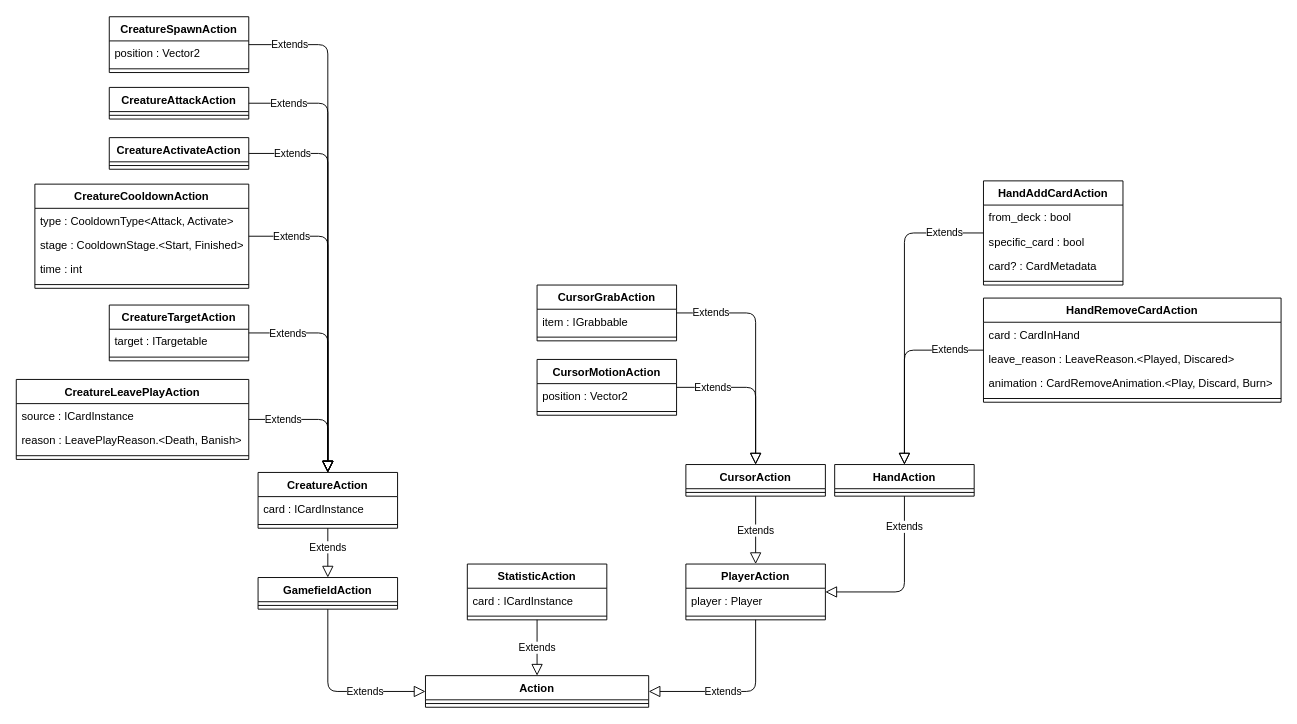
This is page "ActionClassDiagram" (3 of 3) of uml/authoritative-actions.dio from NobleMetalLabs/the-genesis-gambit, a draw.io file, before an edit. Source tidied: cells renumbered, new cells numbered last; positions are measured from the earlier drawing's top-left corner, leaving out a move shared by most shapes. Both pictures are drawn from the tidied source at 93%, with x=0, y=0 at pixel (16, 17).
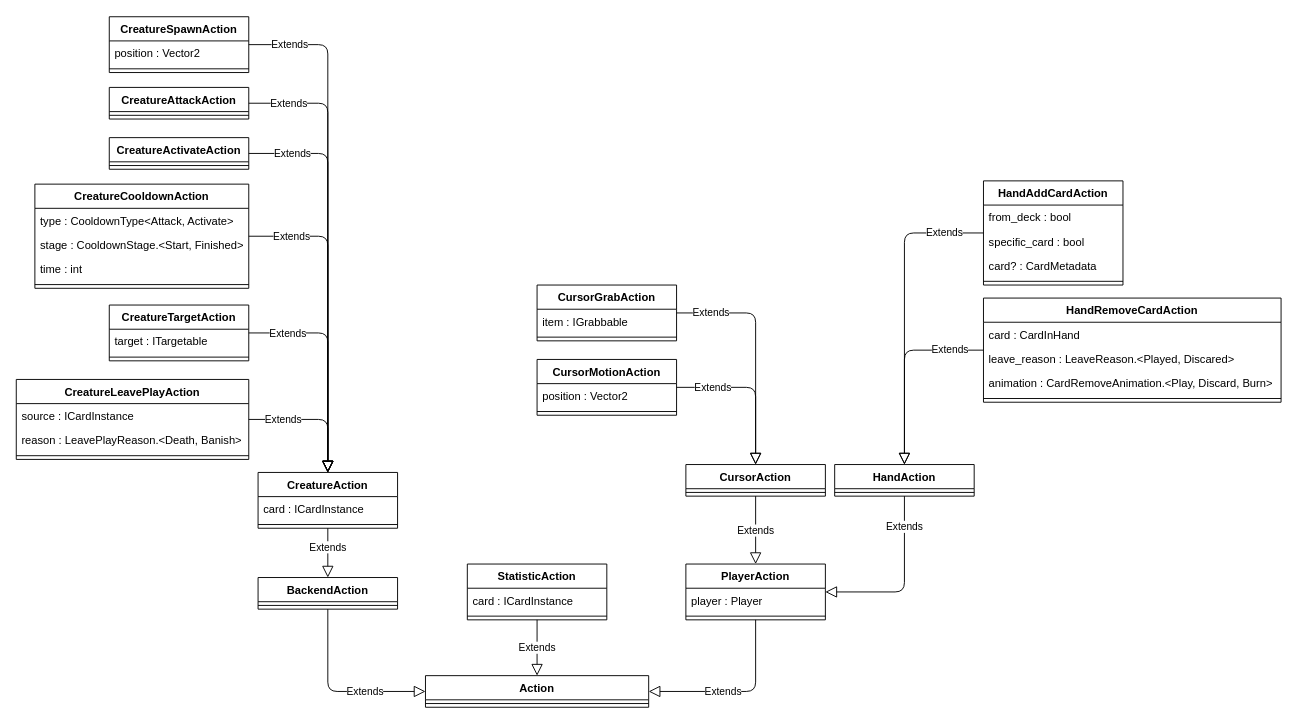
After the change.

The edit, as a diff of the source:
```diff
@@
-    <mxCell id="4" value="GamefieldAction" style="swimlane;fontStyle=1;align=center;verticalAlign=top;horizontal=1;startSize=26;" parent="1" vertex="1">
+    <mxCell id="4" value="BackendAction" style="swimlane;fontStyle=1;align=center;verticalAlign=top;horizontal=1;startSize=26;" parent="1" vertex="1">
       <mxGeometry x="260" y="602.5" width="150" height="34" as="geometry" />
     </mxCell>
```
